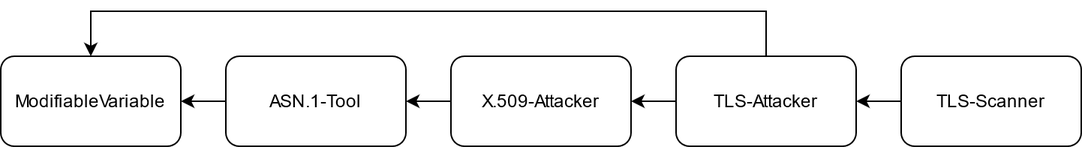
Before: resources/figures/structure.png, a diagram exported from draw.io (tls-attacker/TLS-Attacker-Description). Source tidied: cells renumbered, new cells last; positions are measured from the earlier drawing's top-left corner, leaving out a move shared by most shapes. Its diagram source:
```xml
<mxGraphModel>
  <root>
    <mxCell id="0" />
    <mxCell id="1" parent="0" />
    <mxCell id="2" value="ModifiableVariable" style="rounded=1;whiteSpace=wrap;html=1;" parent="1" vertex="1">
      <mxGeometry y="30" width="120" height="60" as="geometry" />
    </mxCell>
    <mxCell id="3" value="ASN.1-Tool" style="rounded=1;whiteSpace=wrap;html=1;" parent="1" vertex="1">
      <mxGeometry x="150" y="30" width="120" height="60" as="geometry" />
    </mxCell>
    <mxCell id="4" value="X.509-Attacker" style="rounded=1;whiteSpace=wrap;html=1;" parent="1" vertex="1">
      <mxGeometry x="300" y="30" width="120" height="60" as="geometry" />
    </mxCell>
    <mxCell id="5" value="TLS-Attacker" style="rounded=1;whiteSpace=wrap;html=1;" parent="1" vertex="1">
      <mxGeometry x="450" y="30" width="120" height="60" as="geometry" />
    </mxCell>
    <mxCell id="6" value="TLS-Scanner" style="rounded=1;whiteSpace=wrap;html=1;" parent="1" vertex="1">
      <mxGeometry x="600" y="30" width="120" height="60" as="geometry" />
    </mxCell>
    <mxCell id="7" style="endArrow=classic;html=1;entryX=1;entryY=0.5;entryDx=0;entryDy=0;exitX=0;exitY=0.5;exitDx=0;exitDy=0;" parent="1" edge="1" source="3" target="2">
      <mxGeometry relative="1" as="geometry" />
    </mxCell>
    <mxCell id="8" style="endArrow=classic;html=1;exitX=0;exitY=0.5;exitDx=0;exitDy=0;entryX=1;entryY=0.5;entryDx=0;entryDy=0;" parent="1" edge="1" source="4" target="3">
      <mxGeometry relative="1" as="geometry" />
    </mxCell>
    <mxCell id="9" style="endArrow=classic;html=1;exitX=0;exitY=0.5;exitDx=0;exitDy=0;entryX=1;entryY=0.5;entryDx=0;entryDy=0;" parent="1" edge="1" source="5" target="4">
      <mxGeometry relative="1" as="geometry" />
    </mxCell>
    <mxCell id="10" style="endArrow=classic;html=1;entryX=1;entryY=0.5;entryDx=0;entryDy=0;exitX=0;exitY=0.5;exitDx=0;exitDy=0;" parent="1" edge="1" source="6" target="5">
      <mxGeometry relative="1" as="geometry" />
    </mxCell>
    <mxCell id="11" style="endArrow=classic;html=1;entryX=0.5;entryY=0;entryDx=0;entryDy=0;exitX=0.5;exitY=0;exitDx=0;exitDy=0;rounded=0;" parent="1" edge="1" source="5" target="2">
      <mxGeometry relative="1" as="geometry">
        <Array as="points">
          <mxPoint x="510" />
          <mxPoint x="390" />
          <mxPoint x="60" />
        </Array>
      </mxGeometry>
    </mxCell>
  </root>
</mxGraphModel>
```
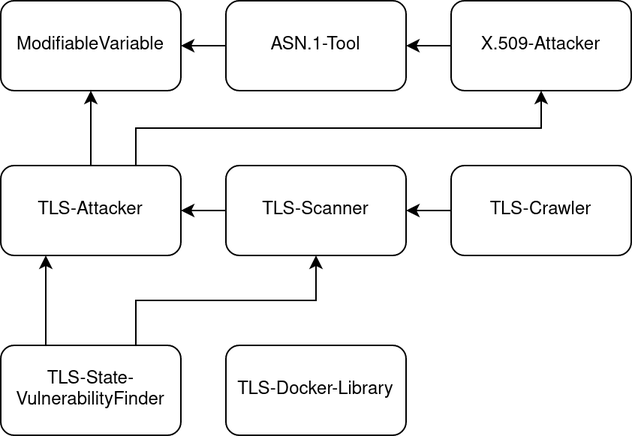
After the change.

Commit message:
Added description for TLS-Crawler and TLS-State-VulnerabilityFinder

Diff of the diagram source:
```diff
@@ -11,11 +11,20 @@
     <mxCell id="4" value="X.509-Attacker" style="rounded=1;whiteSpace=wrap;html=1;" parent="1" vertex="1">
       <mxGeometry x="300" y="30" width="120" height="60" as="geometry" />
     </mxCell>
+    <mxCell id="11" style="edgeStyle=orthogonalEdgeStyle;rounded=0;jettySize=auto;html=1;exitX=0.5;exitY=0;exitDx=0;exitDy=0;entryX=0.5;entryY=1;entryDx=0;entryDy=0;" parent="1" edge="1" source="5" target="2">
+      <mxGeometry relative="1" as="geometry" />
+    </mxCell>
+    <mxCell id="9" style="edgeStyle=orthogonalEdgeStyle;rounded=0;jettySize=auto;html=1;exitX=0.75;exitY=0;exitDx=0;exitDy=0;entryX=0.5;entryY=1;entryDx=0;entryDy=0;" parent="1" edge="1" source="5" target="4">
+      <mxGeometry relative="1" as="geometry" />
+    </mxCell>
     <mxCell id="5" value="TLS-Attacker" style="rounded=1;whiteSpace=wrap;html=1;" parent="1" vertex="1">
-      <mxGeometry x="450" y="30" width="120" height="60" as="geometry" />
+      <mxGeometry y="140" width="120" height="60" as="geometry" />
     </mxCell>
+    <mxCell id="10" style="edgeStyle=orthogonalEdgeStyle;rounded=0;jettySize=auto;html=1;exitX=0;exitY=0.5;exitDx=0;exitDy=0;entryX=1;entryY=0.5;entryDx=0;entryDy=0;" parent="1" edge="1" source="6" target="5">
+      <mxGeometry relative="1" as="geometry" />
+    </mxCell>
     <mxCell id="6" value="TLS-Scanner" style="rounded=1;whiteSpace=wrap;html=1;" parent="1" vertex="1">
-      <mxGeometry x="600" y="30" width="120" height="60" as="geometry" />
+      <mxGeometry x="150" y="140" width="120" height="60" as="geometry" />
     </mxCell>
     <mxCell id="7" style="endArrow=classic;html=1;entryX=1;entryY=0.5;entryDx=0;entryDy=0;exitX=0;exitY=0.5;exitDx=0;exitDy=0;" parent="1" edge="1" source="3" target="2">
       <mxGeometry relative="1" as="geometry" />
@@ -23,20 +32,23 @@
     <mxCell id="8" style="endArrow=classic;html=1;exitX=0;exitY=0.5;exitDx=0;exitDy=0;entryX=1;entryY=0.5;entryDx=0;entryDy=0;" parent="1" edge="1" source="4" target="3">
       <mxGeometry relative="1" as="geometry" />
     </mxCell>
-    <mxCell id="9" style="endArrow=classic;html=1;exitX=0;exitY=0.5;exitDx=0;exitDy=0;entryX=1;entryY=0.5;entryDx=0;entryDy=0;" parent="1" edge="1" source="5" target="4">
-      <mxGeometry relative="1" as="geometry" />
-    </mxCell>
-    <mxCell id="10" style="endArrow=classic;html=1;entryX=1;entryY=0.5;entryDx=0;entryDy=0;exitX=0;exitY=0.5;exitDx=0;exitDy=0;" parent="1" edge="1" source="6" target="5">
-      <mxGeometry relative="1" as="geometry" />
-    </mxCell>
-    <mxCell id="11" style="endArrow=classic;html=1;entryX=0.5;entryY=0;entryDx=0;entryDy=0;exitX=0.5;exitY=0;exitDx=0;exitDy=0;rounded=0;" parent="1" edge="1" source="5" target="2">
-      <mxGeometry relative="1" as="geometry">
-        <Array as="points">
-          <mxPoint x="510" />
-          <mxPoint x="390" />
-          <mxPoint x="60" />
-        </Array>
-      </mxGeometry>
-    </mxCell>
+    <mxCell id="12" style="edgeStyle=orthogonalEdgeStyle;rounded=0;jettySize=auto;html=1;exitX=0;exitY=0.5;exitDx=0;exitDy=0;entryX=1;entryY=0.5;entryDx=0;entryDy=0;" parent="1" edge="1" source="13" target="6">
+      <mxGeometry relative="1" as="geometry" />
+    </mxCell>
+    <mxCell id="13" value="TLS-Crawler" style="rounded=1;whiteSpace=wrap;html=1;" parent="1" vertex="1">
+      <mxGeometry x="300" y="140" width="120" height="60" as="geometry" />
+    </mxCell>
+    <mxCell id="14" style="edgeStyle=orthogonalEdgeStyle;rounded=0;jettySize=auto;html=1;exitX=0.75;exitY=0;exitDx=0;exitDy=0;entryX=0.5;entryY=1;entryDx=0;entryDy=0;" parent="1" edge="1" source="16" target="6">
+      <mxGeometry relative="1" as="geometry" />
+    </mxCell>
+    <mxCell id="15" style="edgeStyle=orthogonalEdgeStyle;rounded=0;jettySize=auto;html=1;exitX=0.25;exitY=0;exitDx=0;exitDy=0;entryX=0.25;entryY=1;entryDx=0;entryDy=0;" parent="1" edge="1" source="16" target="5">
+      <mxGeometry relative="1" as="geometry" />
+    </mxCell>
+    <mxCell id="16" value="TLS-State-VulnerabilityFinder" style="rounded=1;whiteSpace=wrap;html=1;" parent="1" vertex="1">
+      <mxGeometry y="260" width="120" height="60" as="geometry" />
+    </mxCell>
+    <mxCell id="17" value="TLS-Docker-Library" style="rounded=1;whiteSpace=wrap;html=1;" parent="1" vertex="1">
+      <mxGeometry x="150" y="260" width="120" height="60" as="geometry" />
+    </mxCell>
   </root>
 </mxGraphModel>
```
